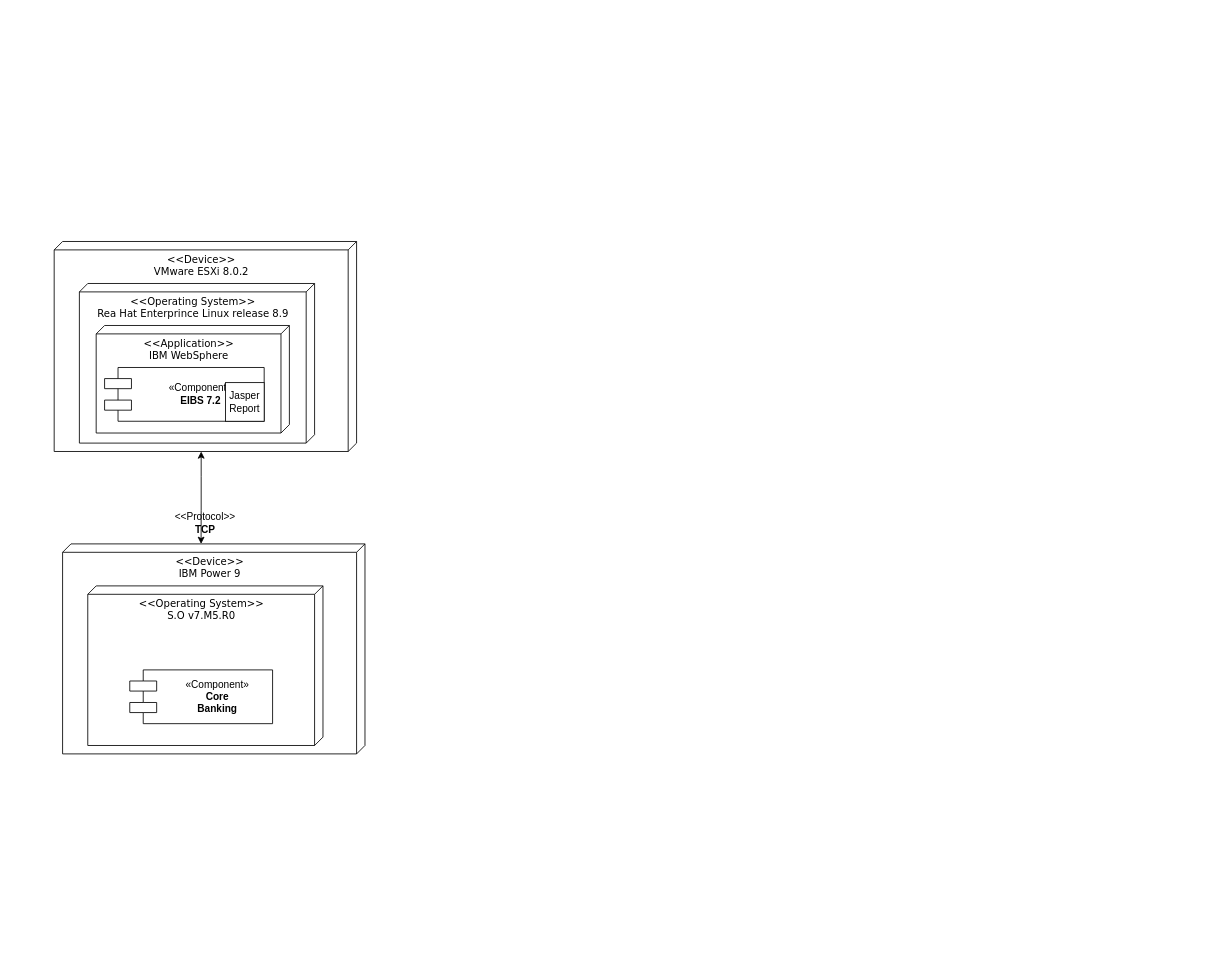
Earlier version of the draw.io diagram DiagramaDespliegueInactividad.drawio (GonzaloDavid/diagramas). Source tidied: cells renumbered, new cells numbered last; positions are measured from the earlier drawing's top-left corner, leaving out a move shared by most shapes. Both pictures are drawn from the tidied source at 84%, with x=0, y=0 at pixel (54, 241).
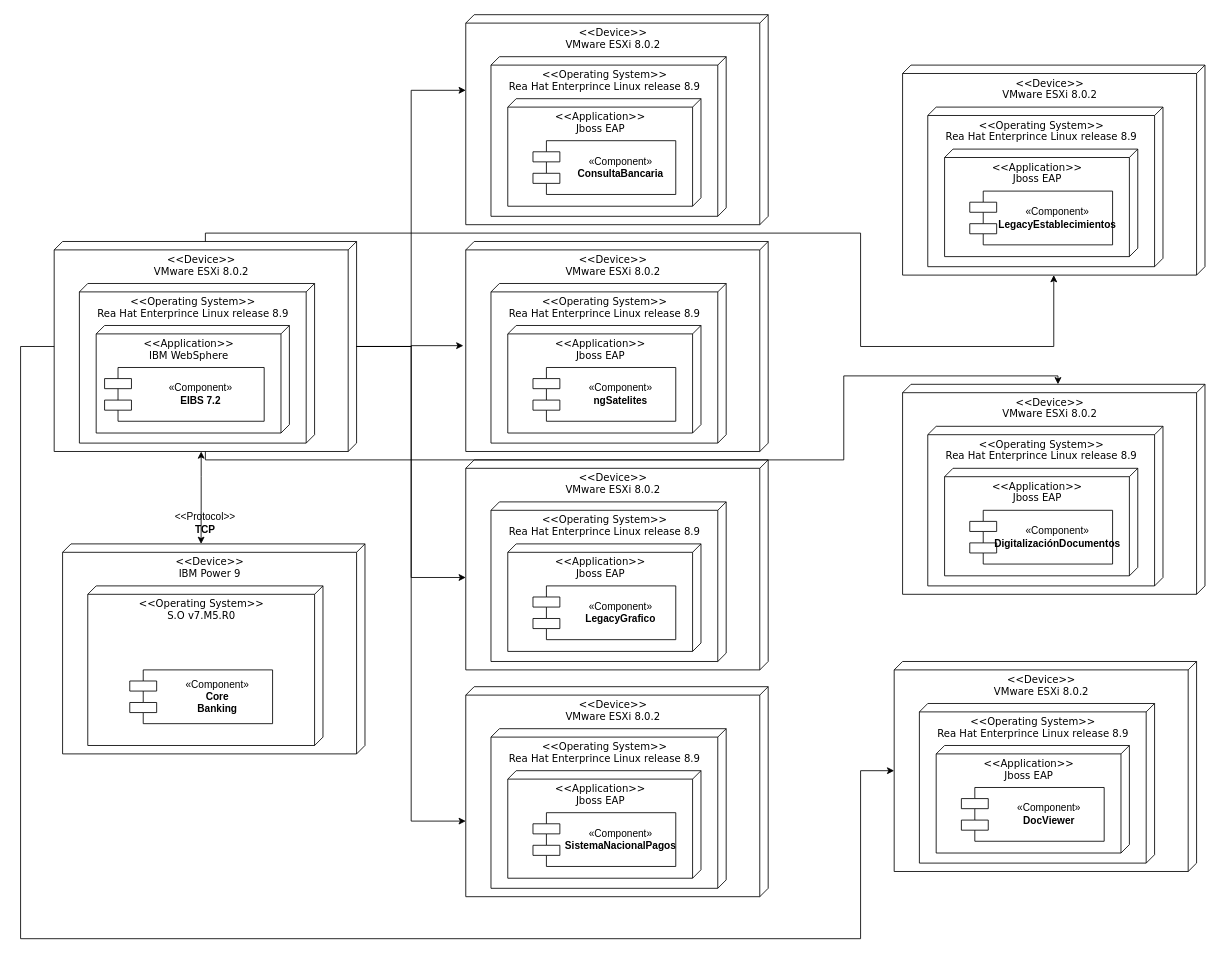
After the change.

Unchanged cells that the change refers to:
```xml
<mxCell id="2" value="&amp;lt;&amp;lt;Device&amp;gt;&amp;gt;&lt;div&gt;VMware ESXi 8.0.2&lt;/div&gt;" style="verticalAlign=top;align=center;spacingTop=8;spacingLeft=2;spacingRight=12;shape=cube;size=10;direction=south;fontStyle=0;html=1;rounded=0;shadow=0;comic=0;labelBackgroundColor=none;strokeWidth=1;fontFamily=Verdana;fontSize=12;" parent="1" vertex="1">
  <mxGeometry width="360" height="250" as="geometry" />
</mxCell>
```

Change to the diagram source:
```diff
@@
-    <mxCell id="11" value="Jasper Report" style="whiteSpace=wrap;html=1;" parent="1" vertex="1">
-      <mxGeometry x="204" y="168" width="46" height="46" as="geometry" />
-    </mxCell>
+    <mxCell id="12" value="&amp;lt;&amp;lt;Device&amp;gt;&amp;gt;&lt;div&gt;VMware ESXi 8.0.2&lt;/div&gt;" style="verticalAlign=top;align=center;spacingTop=8;spacingLeft=2;spacingRight=12;shape=cube;size=10;direction=south;fontStyle=0;html=1;rounded=0;shadow=0;comic=0;labelBackgroundColor=none;strokeWidth=1;fontFamily=Verdana;fontSize=12;" parent="1" vertex="1">
+      <mxGeometry x="490" width="360" height="250" as="geometry" />
+    </mxCell>
+    <mxCell id="13" value="&amp;lt;&amp;lt;Operating System&amp;gt;&amp;gt;&lt;div&gt;Rea Hat Enterprince Linux release 8.9&lt;/div&gt;" style="verticalAlign=top;align=center;spacingTop=8;spacingLeft=2;spacingRight=12;shape=cube;size=10;direction=south;fontStyle=0;html=1;rounded=0;shadow=0;comic=0;labelBackgroundColor=none;strokeWidth=1;fontFamily=Verdana;fontSize=12;" parent="1" vertex="1">
+      <mxGeometry x="520" y="50" width="280" height="190" as="geometry" />
+    </mxCell>
+    <mxCell id="14" value="&lt;div&gt;&amp;lt;&amp;lt;Application&amp;gt;&amp;gt;&lt;/div&gt;Jboss EAP" style="verticalAlign=top;align=center;spacingTop=8;spacingLeft=2;spacingRight=12;shape=cube;size=10;direction=south;fontStyle=0;html=1;rounded=0;shadow=0;comic=0;labelBackgroundColor=none;strokeWidth=1;fontFamily=Verdana;fontSize=12;" parent="1" vertex="1">
+      <mxGeometry x="540" y="100" width="230" height="128" as="geometry" />
+    </mxCell>
+    <mxCell id="15" value="&lt;div style=&quot;&quot;&gt;&lt;span style=&quot;font-family: Helvetica; text-wrap: wrap; background-color: initial;&quot;&gt;«Component»&lt;/span&gt;&lt;/div&gt;&lt;b style=&quot;font-family: Helvetica; text-wrap: wrap;&quot;&gt;&lt;div style=&quot;&quot;&gt;ngSatelites&lt;/div&gt;&lt;/b&gt;" style="shape=component;align=center;spacingLeft=37;rounded=0;shadow=0;comic=0;labelBackgroundColor=none;strokeWidth=1;fontFamily=Verdana;fontSize=12;html=1;verticalAlign=middle;" parent="1" vertex="1">
+      <mxGeometry x="570" y="150" width="170" height="64" as="geometry" />
+    </mxCell>
+    <mxCell id="16" value="&amp;lt;&amp;lt;Device&amp;gt;&amp;gt;&lt;div&gt;VMware ESXi 8.0.2&lt;/div&gt;" style="verticalAlign=top;align=center;spacingTop=8;spacingLeft=2;spacingRight=12;shape=cube;size=10;direction=south;fontStyle=0;html=1;rounded=0;shadow=0;comic=0;labelBackgroundColor=none;strokeWidth=1;fontFamily=Verdana;fontSize=12;" parent="1" vertex="1">
+      <mxGeometry x="490" y="260" width="360" height="250" as="geometry" />
+    </mxCell>
+    <mxCell id="17" value="&amp;lt;&amp;lt;Operating System&amp;gt;&amp;gt;&lt;div&gt;Rea Hat Enterprince Linux release 8.9&lt;/div&gt;" style="verticalAlign=top;align=center;spacingTop=8;spacingLeft=2;spacingRight=12;shape=cube;size=10;direction=south;fontStyle=0;html=1;rounded=0;shadow=0;comic=0;labelBackgroundColor=none;strokeWidth=1;fontFamily=Verdana;fontSize=12;" parent="1" vertex="1">
+      <mxGeometry x="520" y="310" width="280" height="190" as="geometry" />
+    </mxCell>
+    <mxCell id="18" value="&lt;div&gt;&amp;lt;&amp;lt;Application&amp;gt;&amp;gt;&lt;/div&gt;Jboss EAP" style="verticalAlign=top;align=center;spacingTop=8;spacingLeft=2;spacingRight=12;shape=cube;size=10;direction=south;fontStyle=0;html=1;rounded=0;shadow=0;comic=0;labelBackgroundColor=none;strokeWidth=1;fontFamily=Verdana;fontSize=12;" parent="1" vertex="1">
+      <mxGeometry x="540" y="360" width="230" height="128" as="geometry" />
+    </mxCell>
+    <mxCell id="19" value="&lt;div style=&quot;&quot;&gt;&lt;span style=&quot;font-family: Helvetica; text-wrap: wrap; background-color: initial;&quot;&gt;«Component»&lt;/span&gt;&lt;/div&gt;&lt;b style=&quot;font-family: Helvetica; text-wrap: wrap;&quot;&gt;&lt;div style=&quot;&quot;&gt;LegacyGrafico&lt;/div&gt;&lt;/b&gt;" style="shape=component;align=center;spacingLeft=37;rounded=0;shadow=0;comic=0;labelBackgroundColor=none;strokeWidth=1;fontFamily=Verdana;fontSize=12;html=1;verticalAlign=middle;" parent="1" vertex="1">
+      <mxGeometry x="570" y="410" width="170" height="64" as="geometry" />
+    </mxCell>
+    <mxCell id="20" value="&amp;lt;&amp;lt;Device&amp;gt;&amp;gt;&lt;div&gt;VMware ESXi 8.0.2&lt;/div&gt;" style="verticalAlign=top;align=center;spacingTop=8;spacingLeft=2;spacingRight=12;shape=cube;size=10;direction=south;fontStyle=0;html=1;rounded=0;shadow=0;comic=0;labelBackgroundColor=none;strokeWidth=1;fontFamily=Verdana;fontSize=12;" parent="1" vertex="1">
+      <mxGeometry x="490" y="-270" width="360" height="250" as="geometry" />
+    </mxCell>
+    <mxCell id="21" value="&amp;lt;&amp;lt;Operating System&amp;gt;&amp;gt;&lt;div&gt;Rea Hat Enterprince Linux release 8.9&lt;/div&gt;" style="verticalAlign=top;align=center;spacingTop=8;spacingLeft=2;spacingRight=12;shape=cube;size=10;direction=south;fontStyle=0;html=1;rounded=0;shadow=0;comic=0;labelBackgroundColor=none;strokeWidth=1;fontFamily=Verdana;fontSize=12;" parent="1" vertex="1">
+      <mxGeometry x="520" y="-220" width="280" height="190" as="geometry" />
+    </mxCell>
+    <mxCell id="22" value="&lt;div&gt;&amp;lt;&amp;lt;Application&amp;gt;&amp;gt;&lt;/div&gt;Jboss EAP" style="verticalAlign=top;align=center;spacingTop=8;spacingLeft=2;spacingRight=12;shape=cube;size=10;direction=south;fontStyle=0;html=1;rounded=0;shadow=0;comic=0;labelBackgroundColor=none;strokeWidth=1;fontFamily=Verdana;fontSize=12;" parent="1" vertex="1">
+      <mxGeometry x="540" y="-170" width="230" height="128" as="geometry" />
+    </mxCell>
+    <mxCell id="23" value="&lt;div style=&quot;&quot;&gt;&lt;span style=&quot;font-family: Helvetica; text-wrap: wrap; background-color: initial;&quot;&gt;«Component»&lt;/span&gt;&lt;/div&gt;&lt;b style=&quot;font-family: Helvetica; text-wrap: wrap;&quot;&gt;&lt;div style=&quot;&quot;&gt;ConsultaBancaria&lt;/div&gt;&lt;/b&gt;" style="shape=component;align=center;spacingLeft=37;rounded=0;shadow=0;comic=0;labelBackgroundColor=none;strokeWidth=1;fontFamily=Verdana;fontSize=12;html=1;verticalAlign=middle;" parent="1" vertex="1">
+      <mxGeometry x="570" y="-120" width="170" height="64" as="geometry" />
+    </mxCell>
+    <mxCell id="24" value="&amp;lt;&amp;lt;Device&amp;gt;&amp;gt;&lt;div&gt;VMware ESXi 8.0.2&lt;/div&gt;" style="verticalAlign=top;align=center;spacingTop=8;spacingLeft=2;spacingRight=12;shape=cube;size=10;direction=south;fontStyle=0;html=1;rounded=0;shadow=0;comic=0;labelBackgroundColor=none;strokeWidth=1;fontFamily=Verdana;fontSize=12;" parent="1" vertex="1">
+      <mxGeometry x="490" y="530" width="360" height="250" as="geometry" />
+    </mxCell>
+    <mxCell id="25" value="&amp;lt;&amp;lt;Operating System&amp;gt;&amp;gt;&lt;div&gt;Rea Hat Enterprince Linux release 8.9&lt;/div&gt;" style="verticalAlign=top;align=center;spacingTop=8;spacingLeft=2;spacingRight=12;shape=cube;size=10;direction=south;fontStyle=0;html=1;rounded=0;shadow=0;comic=0;labelBackgroundColor=none;strokeWidth=1;fontFamily=Verdana;fontSize=12;" parent="1" vertex="1">
+      <mxGeometry x="520" y="580" width="280" height="190" as="geometry" />
+    </mxCell>
+    <mxCell id="26" value="&lt;div&gt;&amp;lt;&amp;lt;Application&amp;gt;&amp;gt;&lt;/div&gt;Jboss EAP" style="verticalAlign=top;align=center;spacingTop=8;spacingLeft=2;spacingRight=12;shape=cube;size=10;direction=south;fontStyle=0;html=1;rounded=0;shadow=0;comic=0;labelBackgroundColor=none;strokeWidth=1;fontFamily=Verdana;fontSize=12;" parent="1" vertex="1">
+      <mxGeometry x="540" y="630" width="230" height="128" as="geometry" />
+    </mxCell>
+    <mxCell id="27" value="&lt;div style=&quot;&quot;&gt;&lt;span style=&quot;font-family: Helvetica; text-wrap: wrap; background-color: initial;&quot;&gt;«Component»&lt;/span&gt;&lt;/div&gt;&lt;b style=&quot;font-family: Helvetica; text-wrap: wrap;&quot;&gt;&lt;div style=&quot;&quot;&gt;SistemaNacionalPagos&lt;/div&gt;&lt;/b&gt;" style="shape=component;align=center;spacingLeft=37;rounded=0;shadow=0;comic=0;labelBackgroundColor=none;strokeWidth=1;fontFamily=Verdana;fontSize=12;html=1;verticalAlign=middle;" parent="1" vertex="1">
+      <mxGeometry x="570" y="680" width="170" height="64" as="geometry" />
+    </mxCell>
+    <mxCell id="28" value="&amp;lt;&amp;lt;Device&amp;gt;&amp;gt;&lt;div&gt;VMware ESXi 8.0.2&lt;/div&gt;" style="verticalAlign=top;align=center;spacingTop=8;spacingLeft=2;spacingRight=12;shape=cube;size=10;direction=south;fontStyle=0;html=1;rounded=0;shadow=0;comic=0;labelBackgroundColor=none;strokeWidth=1;fontFamily=Verdana;fontSize=12;" parent="1" vertex="1">
+      <mxGeometry x="1010" y="-210" width="360" height="250" as="geometry" />
+    </mxCell>
+    <mxCell id="29" value="&amp;lt;&amp;lt;Operating System&amp;gt;&amp;gt;&lt;div&gt;Rea Hat Enterprince Linux release 8.9&lt;/div&gt;" style="verticalAlign=top;align=center;spacingTop=8;spacingLeft=2;spacingRight=12;shape=cube;size=10;direction=south;fontStyle=0;html=1;rounded=0;shadow=0;comic=0;labelBackgroundColor=none;strokeWidth=1;fontFamily=Verdana;fontSize=12;" parent="1" vertex="1">
+      <mxGeometry x="1040" y="-160" width="280" height="190" as="geometry" />
+    </mxCell>
+    <mxCell id="30" value="&lt;div&gt;&amp;lt;&amp;lt;Application&amp;gt;&amp;gt;&lt;/div&gt;Jboss EAP" style="verticalAlign=top;align=center;spacingTop=8;spacingLeft=2;spacingRight=12;shape=cube;size=10;direction=south;fontStyle=0;html=1;rounded=0;shadow=0;comic=0;labelBackgroundColor=none;strokeWidth=1;fontFamily=Verdana;fontSize=12;" parent="1" vertex="1">
+      <mxGeometry x="1060" y="-110" width="230" height="128" as="geometry" />
+    </mxCell>
+    <mxCell id="31" value="&lt;div style=&quot;&quot;&gt;&lt;span style=&quot;font-family: Helvetica; text-wrap: wrap; background-color: initial;&quot;&gt;«Component»&lt;/span&gt;&lt;/div&gt;&lt;b style=&quot;font-family: Helvetica; text-wrap: wrap;&quot;&gt;&lt;div style=&quot;&quot;&gt;LegacyEstablecimientos&lt;/div&gt;&lt;/b&gt;" style="shape=component;align=center;spacingLeft=37;rounded=0;shadow=0;comic=0;labelBackgroundColor=none;strokeWidth=1;fontFamily=Verdana;fontSize=12;html=1;verticalAlign=middle;" parent="1" vertex="1">
+      <mxGeometry x="1090" y="-60" width="170" height="64" as="geometry" />
+    </mxCell>
+    <mxCell id="32" value="&amp;lt;&amp;lt;Device&amp;gt;&amp;gt;&lt;div&gt;VMware ESXi 8.0.2&lt;/div&gt;" style="verticalAlign=top;align=center;spacingTop=8;spacingLeft=2;spacingRight=12;shape=cube;size=10;direction=south;fontStyle=0;html=1;rounded=0;shadow=0;comic=0;labelBackgroundColor=none;strokeWidth=1;fontFamily=Verdana;fontSize=12;" parent="1" vertex="1">
+      <mxGeometry x="1010" y="170" width="360" height="250" as="geometry" />
+    </mxCell>
+    <mxCell id="33" value="&amp;lt;&amp;lt;Operating System&amp;gt;&amp;gt;&lt;div&gt;Rea Hat Enterprince Linux release 8.9&lt;/div&gt;" style="verticalAlign=top;align=center;spacingTop=8;spacingLeft=2;spacingRight=12;shape=cube;size=10;direction=south;fontStyle=0;html=1;rounded=0;shadow=0;comic=0;labelBackgroundColor=none;strokeWidth=1;fontFamily=Verdana;fontSize=12;" parent="1" vertex="1">
+      <mxGeometry x="1040" y="220" width="280" height="190" as="geometry" />
+    </mxCell>
+    <mxCell id="34" value="&lt;div&gt;&amp;lt;&amp;lt;Application&amp;gt;&amp;gt;&lt;/div&gt;Jboss EAP" style="verticalAlign=top;align=center;spacingTop=8;spacingLeft=2;spacingRight=12;shape=cube;size=10;direction=south;fontStyle=0;html=1;rounded=0;shadow=0;comic=0;labelBackgroundColor=none;strokeWidth=1;fontFamily=Verdana;fontSize=12;" parent="1" vertex="1">
+      <mxGeometry x="1060" y="270" width="230" height="128" as="geometry" />
+    </mxCell>
+    <mxCell id="35" value="&lt;div style=&quot;&quot;&gt;&lt;span style=&quot;font-family: Helvetica; text-wrap: wrap; background-color: initial;&quot;&gt;«Component»&lt;/span&gt;&lt;/div&gt;&lt;b style=&quot;font-family: Helvetica; text-wrap: wrap;&quot;&gt;&lt;div style=&quot;&quot;&gt;DigitalizaciónDocumentos&lt;/div&gt;&lt;/b&gt;" style="shape=component;align=center;spacingLeft=37;rounded=0;shadow=0;comic=0;labelBackgroundColor=none;strokeWidth=1;fontFamily=Verdana;fontSize=12;html=1;verticalAlign=middle;" parent="1" vertex="1">
+      <mxGeometry x="1090" y="320" width="170" height="64" as="geometry" />
+    </mxCell>
+    <mxCell id="36" style="edgeStyle=orthogonalEdgeStyle;rounded=0;jettySize=auto;html=1;entryX=0.36;entryY=1;entryDx=0;entryDy=0;entryPerimeter=0;" parent="1" edge="1" source="2" target="20">
+      <mxGeometry relative="1" as="geometry" />
+    </mxCell>
+    <mxCell id="37" style="edgeStyle=orthogonalEdgeStyle;rounded=0;jettySize=auto;html=1;entryX=0.496;entryY=1.008;entryDx=0;entryDy=0;entryPerimeter=0;" parent="1" edge="1" source="2" target="12">
+      <mxGeometry relative="1" as="geometry" />
+    </mxCell>
+    <mxCell id="38" style="edgeStyle=orthogonalEdgeStyle;rounded=0;jettySize=auto;html=1;entryX=0.56;entryY=1;entryDx=0;entryDy=0;entryPerimeter=0;" parent="1" edge="1" source="2" target="16">
+      <mxGeometry relative="1" as="geometry" />
+    </mxCell>
+    <mxCell id="39" style="edgeStyle=orthogonalEdgeStyle;rounded=0;jettySize=auto;html=1;entryX=0.64;entryY=1;entryDx=0;entryDy=0;entryPerimeter=0;" parent="1" edge="1" source="2" target="24">
+      <mxGeometry relative="1" as="geometry" />
+    </mxCell>
+    <mxCell id="40" style="edgeStyle=orthogonalEdgeStyle;rounded=0;jettySize=auto;html=1;" parent="1" edge="1" source="2" target="28">
+      <mxGeometry relative="1" as="geometry">
+        <Array as="points">
+          <mxPoint x="180" y="-10" />
+          <mxPoint x="960" y="-10" />
+          <mxPoint x="960" y="125" />
+        </Array>
+      </mxGeometry>
+    </mxCell>
+    <mxCell id="41" style="edgeStyle=orthogonalEdgeStyle;rounded=0;jettySize=auto;html=1;entryX=0;entryY=0;entryDx=0;entryDy=175;entryPerimeter=0;" parent="1" edge="1" source="2" target="32">
+      <mxGeometry relative="1" as="geometry">
+        <Array as="points">
+          <mxPoint x="180" y="260" />
+          <mxPoint x="940" y="260" />
+          <mxPoint x="940" y="160" />
+          <mxPoint x="1195" y="160" />
+        </Array>
+      </mxGeometry>
+    </mxCell>
+    <mxCell id="42" value="&amp;lt;&amp;lt;Device&amp;gt;&amp;gt;&lt;div&gt;VMware ESXi 8.0.2&lt;/div&gt;" style="verticalAlign=top;align=center;spacingTop=8;spacingLeft=2;spacingRight=12;shape=cube;size=10;direction=south;fontStyle=0;html=1;rounded=0;shadow=0;comic=0;labelBackgroundColor=none;strokeWidth=1;fontFamily=Verdana;fontSize=12;" parent="1" vertex="1">
+      <mxGeometry x="1000" y="500" width="360" height="250" as="geometry" />
+    </mxCell>
+    <mxCell id="43" value="&amp;lt;&amp;lt;Operating System&amp;gt;&amp;gt;&lt;div&gt;Rea Hat Enterprince Linux release 8.9&lt;/div&gt;" style="verticalAlign=top;align=center;spacingTop=8;spacingLeft=2;spacingRight=12;shape=cube;size=10;direction=south;fontStyle=0;html=1;rounded=0;shadow=0;comic=0;labelBackgroundColor=none;strokeWidth=1;fontFamily=Verdana;fontSize=12;" parent="1" vertex="1">
+      <mxGeometry x="1030" y="550" width="280" height="190" as="geometry" />
+    </mxCell>
+    <mxCell id="44" value="&lt;div&gt;&amp;lt;&amp;lt;Application&amp;gt;&amp;gt;&lt;/div&gt;Jboss EAP" style="verticalAlign=top;align=center;spacingTop=8;spacingLeft=2;spacingRight=12;shape=cube;size=10;direction=south;fontStyle=0;html=1;rounded=0;shadow=0;comic=0;labelBackgroundColor=none;strokeWidth=1;fontFamily=Verdana;fontSize=12;" parent="1" vertex="1">
+      <mxGeometry x="1050" y="600" width="230" height="128" as="geometry" />
+    </mxCell>
+    <mxCell id="45" value="&lt;div style=&quot;&quot;&gt;&lt;span style=&quot;font-family: Helvetica; text-wrap: wrap; background-color: initial;&quot;&gt;«Component»&lt;/span&gt;&lt;/div&gt;&lt;b style=&quot;font-family: Helvetica; text-wrap: wrap;&quot;&gt;&lt;div style=&quot;&quot;&gt;DocViewer&lt;/div&gt;&lt;/b&gt;" style="shape=component;align=center;spacingLeft=37;rounded=0;shadow=0;comic=0;labelBackgroundColor=none;strokeWidth=1;fontFamily=Verdana;fontSize=12;html=1;verticalAlign=middle;" parent="1" vertex="1">
+      <mxGeometry x="1080" y="650" width="170" height="64" as="geometry" />
+    </mxCell>
+    <mxCell id="46" style="edgeStyle=orthogonalEdgeStyle;rounded=0;jettySize=auto;html=1;entryX=0;entryY=0;entryDx=130;entryDy=360;entryPerimeter=0;" parent="1" edge="1" source="2" target="42">
+      <mxGeometry relative="1" as="geometry">
+        <Array as="points">
+          <mxPoint x="-40" y="125" />
+          <mxPoint x="-40" y="830" />
+          <mxPoint x="960" y="830" />
+          <mxPoint x="960" y="630" />
+        </Array>
+      </mxGeometry>
+    </mxCell>
```
